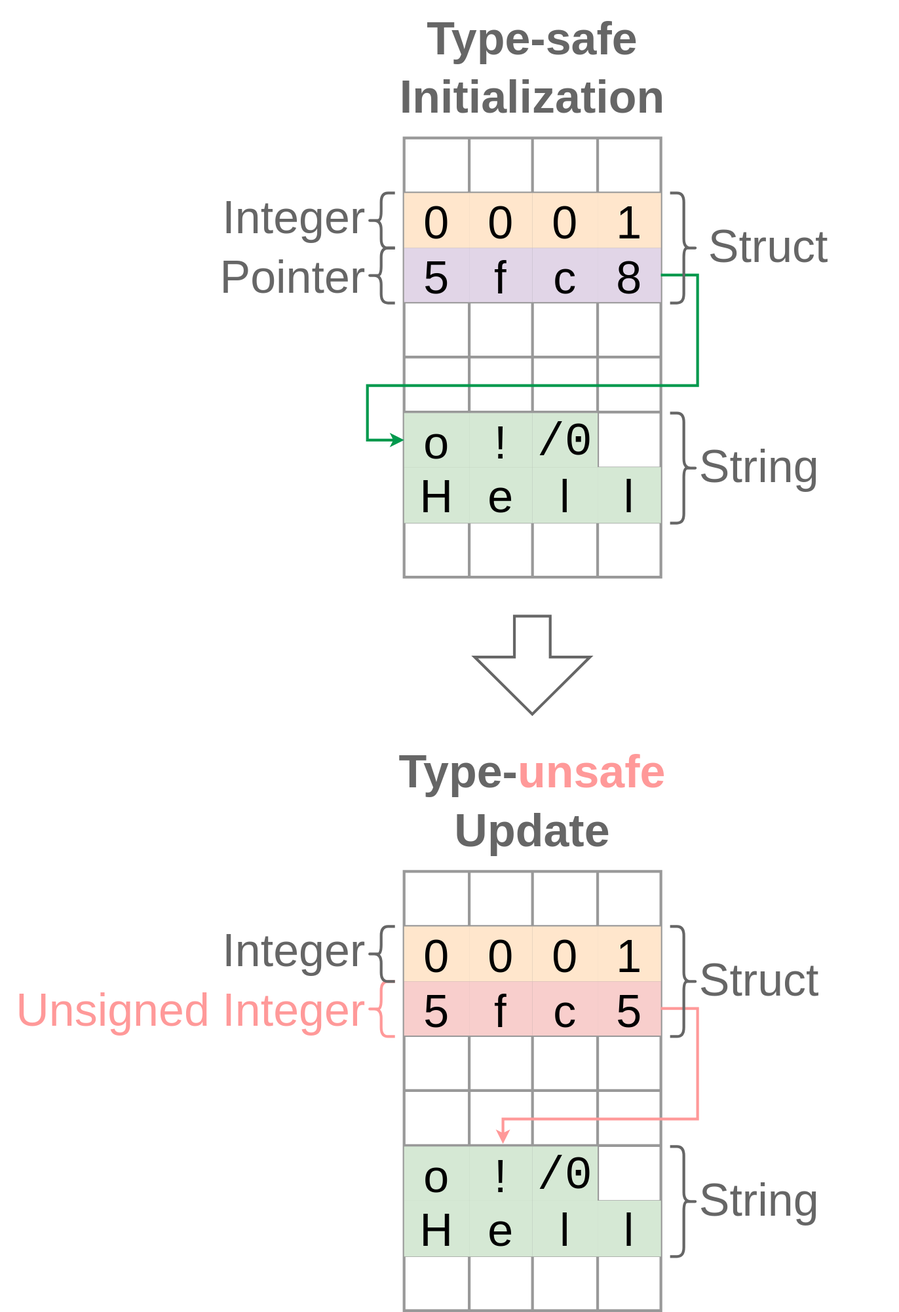
This is docs/chp4/safety_type_grow_up.svg from tnballo/high-assurance-rust, a draw.io export, as it was before one commit. Source tidied: cells renumbered, new cells last; positions are measured from the earlier drawing's top-left corner, leaving out a move shared by most shapes.
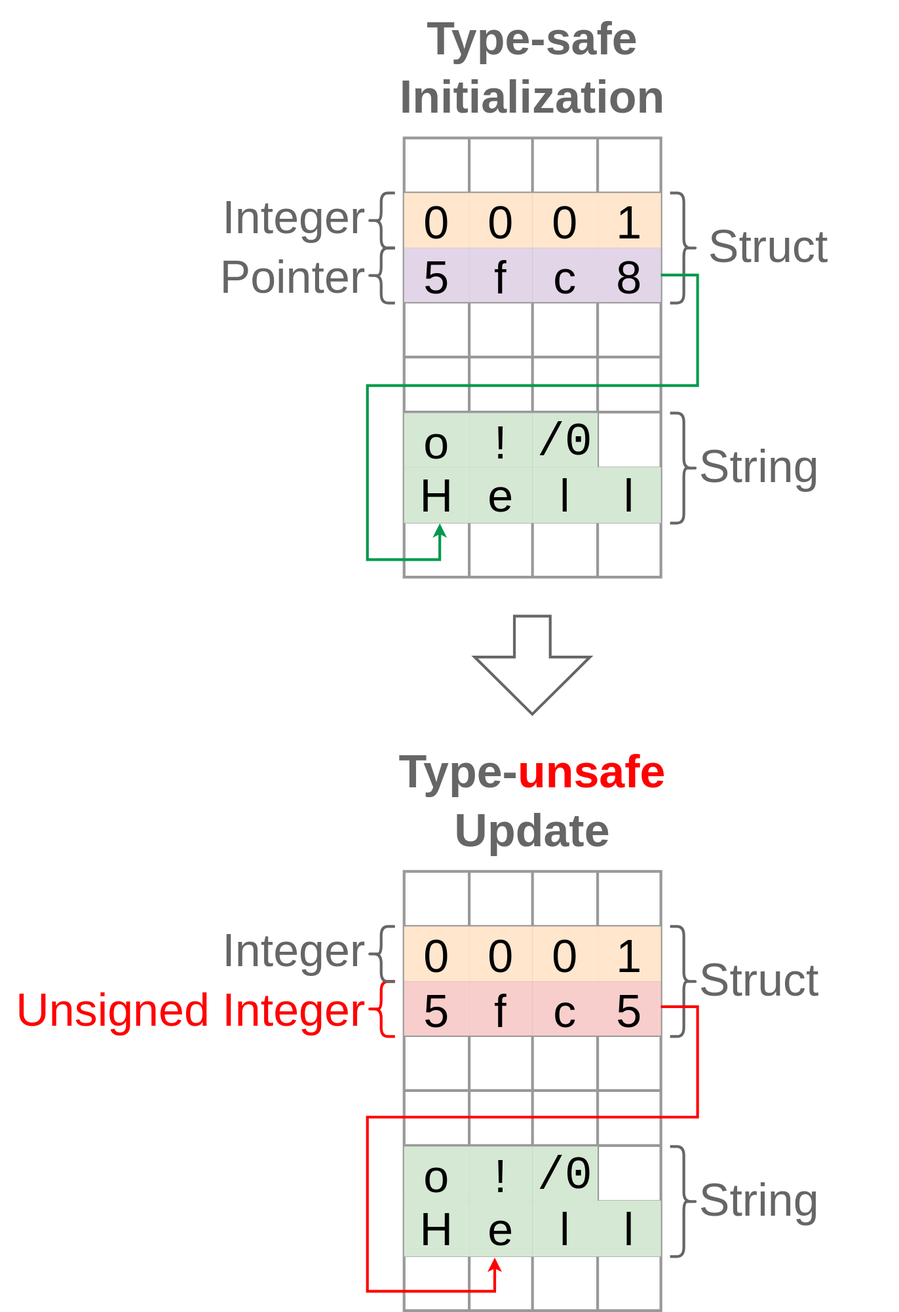
The same file after the commit.

Change to the diagram source:
```diff
@@ -125,16 +125,6 @@
     <mxCell id="42" style="shape=partialRectangle;html=1;whiteSpace=wrap;overflow=hidden;fillColor=none;top=0;left=0;bottom=0;right=0;" parent="38" vertex="1">
       <mxGeometry x="211" width="69" height="60" as="geometry" />
     </mxCell>
-    <mxCell id="43" style="edgeStyle=orthogonalEdgeStyle;rounded=0;jettySize=auto;html=1;strokeColor=#00994D;strokeWidth=3;fontFamily=Courier New;fontSize=50;fontColor=#000000;entryX=0;entryY=0.5;entryDx=0;entryDy=0;exitX=1;exitY=0.5;exitDx=0;exitDy=0;" parent="2" edge="1" source="13" target="28">
-      <mxGeometry relative="1" as="geometry">
-        <Array as="points">
-          <mxPoint x="320" y="150" />
-          <mxPoint x="320" y="270" />
-          <mxPoint x="-40" y="270" />
-          <mxPoint x="-40" y="330" />
-        </Array>
-      </mxGeometry>
-    </mxCell>
     <mxCell id="44" style="shape=curlyBracket;whiteSpace=wrap;html=1;rounded=1;flipH=1;strokeColor=#666666;strokeWidth=3;fontFamily=Courier New;fontSize=50;fontColor=#000000;fillColor=default;gradientColor=none;gradientDirection=east;" parent="1" vertex="1">
       <mxGeometry x="730" y="450" width="30" height="120" as="geometry" />
     </mxCell>
@@ -276,22 +266,13 @@
     <mxCell id="90" style="shape=partialRectangle;html=1;whiteSpace=wrap;overflow=hidden;fillColor=none;top=0;left=0;bottom=0;right=0;" parent="86" vertex="1">
       <mxGeometry x="211" width="69" height="60" as="geometry" />
     </mxCell>
-    <mxCell id="91" style="edgeStyle=orthogonalEdgeStyle;rounded=0;jettySize=auto;html=1;strokeColor=#FF9999;strokeWidth=3;fontFamily=Courier New;fontSize=50;fontColor=#000000;entryX=0.385;entryY=-0.031;entryDx=0;entryDy=0;exitX=1;exitY=0.5;exitDx=0;exitDy=0;entryPerimeter=0;" parent="50" edge="1" source="61" target="76">
-      <mxGeometry relative="1" as="geometry">
-        <Array as="points">
-          <mxPoint x="320" y="150" />
-          <mxPoint x="320" y="270" />
-          <mxPoint x="108" y="270" />
-        </Array>
-      </mxGeometry>
-    </mxCell>
     <mxCell id="92" style="shape=curlyBracket;whiteSpace=wrap;html=1;rounded=1;flipH=1;strokeColor=#666666;strokeWidth=3;fontFamily=Courier New;fontSize=50;fontColor=#000000;fillColor=default;gradientColor=none;gradientDirection=east;" parent="1" vertex="1">
       <mxGeometry x="730" y="1250" width="30" height="120" as="geometry" />
     </mxCell>
     <mxCell id="93" value="&lt;font face=&quot;Helvetica&quot;&gt;String&lt;/font&gt;" style="text;html=1;strokeColor=none;fillColor=none;align=left;verticalAlign=middle;whiteSpace=wrap;rounded=0;strokeWidth=3;fontFamily=Courier New;fontSize=50;fontColor=#666666;" parent="1" vertex="1">
       <mxGeometry x="760" y="1282.5" width="210" height="55" as="geometry" />
     </mxCell>
-    <mxCell id="94" style="shape=curlyBracket;whiteSpace=wrap;html=1;rounded=1;flipH=1;strokeColor=#FF9999;strokeWidth=3;fontFamily=Helvetica;fontSize=50;fontColor=#666666;fillColor=default;gradientColor=none;gradientDirection=east;rotation=-180;" parent="1" vertex="1">
+    <mxCell id="94" style="shape=curlyBracket;whiteSpace=wrap;html=1;rounded=1;flipH=1;strokeColor=#FF0000;strokeWidth=3;fontFamily=Helvetica;fontSize=50;fontColor=#666666;fillColor=default;gradientColor=none;gradientDirection=east;rotation=-180;" parent="1" vertex="1">
       <mxGeometry x="400" y="1070" width="30" height="60" as="geometry" />
     </mxCell>
     <mxCell id="95" style="shape=curlyBracket;whiteSpace=wrap;html=1;rounded=1;flipH=1;strokeColor=#666666;strokeWidth=3;fontFamily=Helvetica;fontSize=50;fontColor=#666666;fillColor=default;gradientColor=none;gradientDirection=east;rotation=-180;" parent="1" vertex="1">
@@ -300,13 +281,13 @@
     <mxCell id="96" value="&lt;font face=&quot;Helvetica&quot;&gt;Integer&lt;/font&gt;" style="text;html=1;strokeColor=none;fillColor=none;align=right;verticalAlign=middle;whiteSpace=wrap;rounded=0;strokeWidth=3;fontFamily=Courier New;fontSize=50;fontColor=#666666;" parent="1" vertex="1">
       <mxGeometry x="190" y="1010" width="210" height="55" as="geometry" />
     </mxCell>
-    <mxCell id="97" value="&lt;font face=&quot;Helvetica&quot;&gt;Unsigned Integer&lt;/font&gt;" style="text;html=1;strokeColor=none;fillColor=none;align=right;verticalAlign=middle;whiteSpace=wrap;rounded=0;strokeWidth=3;fontFamily=Courier New;fontSize=50;fontColor=#FF9999;" parent="1" vertex="1">
+    <mxCell id="97" value="&lt;font face=&quot;Helvetica&quot; color=&quot;#ff0000&quot;&gt;Unsigned Integer&lt;/font&gt;" style="text;html=1;strokeColor=none;fillColor=none;align=right;verticalAlign=middle;whiteSpace=wrap;rounded=0;strokeWidth=3;fontFamily=Courier New;fontSize=50;fontColor=#FF9999;" parent="1" vertex="1">
       <mxGeometry y="1075" width="400" height="55" as="geometry" />
     </mxCell>
     <mxCell id="98" value="&lt;div align=&quot;center&quot;&gt;&lt;font face=&quot;Helvetica&quot;&gt;&lt;b&gt;Type-safe Initialization&lt;/b&gt;&lt;br&gt;&lt;/font&gt;&lt;/div&gt;" style="text;html=1;strokeColor=none;fillColor=none;align=center;verticalAlign=middle;whiteSpace=wrap;rounded=0;strokeWidth=3;fontFamily=Courier New;fontSize=50;fontColor=#666666;" parent="1" vertex="1">
       <mxGeometry x="440" width="280" height="150" as="geometry" />
     </mxCell>
-    <mxCell id="99" value="&lt;div align=&quot;center&quot;&gt;&lt;font face=&quot;Helvetica&quot;&gt;&lt;b&gt;Type-&lt;font color=&quot;#ff9999&quot;&gt;unsafe&lt;/font&gt; &lt;br&gt;&lt;/b&gt;&lt;/font&gt;&lt;/div&gt;&lt;div align=&quot;center&quot;&gt;&lt;font face=&quot;Helvetica&quot;&gt;&lt;b&gt;Update&lt;br&gt;&lt;/b&gt;&lt;/font&gt;&lt;/div&gt;" style="text;html=1;strokeColor=none;fillColor=none;align=center;verticalAlign=middle;whiteSpace=wrap;rounded=0;strokeWidth=3;fontFamily=Courier New;fontSize=50;fontColor=#666666;" parent="1" vertex="1">
+    <mxCell id="99" value="&lt;div align=&quot;center&quot;&gt;&lt;font face=&quot;Helvetica&quot;&gt;&lt;b&gt;Type-&lt;font color=&quot;#ff0000&quot;&gt;unsafe&lt;/font&gt; &lt;br&gt;&lt;/b&gt;&lt;/font&gt;&lt;/div&gt;&lt;div align=&quot;center&quot;&gt;&lt;font face=&quot;Helvetica&quot;&gt;&lt;b&gt;Update&lt;br&gt;&lt;/b&gt;&lt;/font&gt;&lt;/div&gt;" style="text;html=1;strokeColor=none;fillColor=none;align=center;verticalAlign=middle;whiteSpace=wrap;rounded=0;strokeWidth=3;fontFamily=Courier New;fontSize=50;fontColor=#666666;" parent="1" vertex="1">
       <mxGeometry x="430" y="800" width="300" height="150" as="geometry" />
     </mxCell>
     <mxCell id="100" style="shape=curlyBracket;whiteSpace=wrap;html=1;rounded=1;flipH=1;strokeColor=#666666;strokeWidth=3;fontFamily=Courier New;fontSize=50;fontColor=#000000;fillColor=default;gradientColor=none;gradientDirection=east;" parent="1" vertex="1">
@@ -369,5 +350,29 @@
     <mxCell id="118" value="&lt;font style=&quot;font-size: 50px;&quot; face=&quot;Courier New&quot;&gt;/0&lt;/font&gt;" style="shape=partialRectangle;html=1;whiteSpace=wrap;overflow=hidden;fillColor=#d5e8d4;top=0;left=0;bottom=0;right=0;strokeColor=#82b366;" parent="1" vertex="1">
       <mxGeometry x="580" y="450" width="71" height="59" as="geometry" />
     </mxCell>
+    <mxCell id="43" style="edgeStyle=orthogonalEdgeStyle;rounded=0;jettySize=auto;html=1;strokeColor=#00994D;strokeWidth=3;fontFamily=Courier New;fontSize=50;fontColor=#000000;entryX=0.139;entryY=0.023;entryDx=0;entryDy=0;exitX=1;exitY=0.5;exitDx=0;exitDy=0;entryPerimeter=0;" parent="1" edge="1" target="38">
+      <mxGeometry relative="1" as="geometry">
+        <mxPoint x="720" y="299.5" as="sourcePoint" />
+        <Array as="points">
+          <mxPoint x="760" y="300" />
+          <mxPoint x="760" y="420" />
+          <mxPoint x="400" y="420" />
+          <mxPoint x="400" y="610" />
+          <mxPoint x="479" y="610" />
+        </Array>
+      </mxGeometry>
+    </mxCell>
+    <mxCell id="119" style="edgeStyle=orthogonalEdgeStyle;rounded=0;jettySize=auto;html=1;strokeColor=#FF0000;strokeWidth=3;fontFamily=Courier New;fontSize=50;fontColor=#000000;entryX=0.353;entryY=0.038;entryDx=0;entryDy=0;exitX=1;exitY=0.5;exitDx=0;exitDy=0;entryPerimeter=0;" parent="1" edge="1" target="86">
+      <mxGeometry relative="1" as="geometry">
+        <mxPoint x="720" y="1097.5" as="sourcePoint" />
+        <Array as="points">
+          <mxPoint x="760" y="1098" />
+          <mxPoint x="760" y="1218" />
+          <mxPoint x="400" y="1218" />
+          <mxPoint x="400" y="1408" />
+          <mxPoint x="539" y="1408" />
+        </Array>
+      </mxGeometry>
+    </mxCell>
   </root>
 </mxGraphModel>
```
